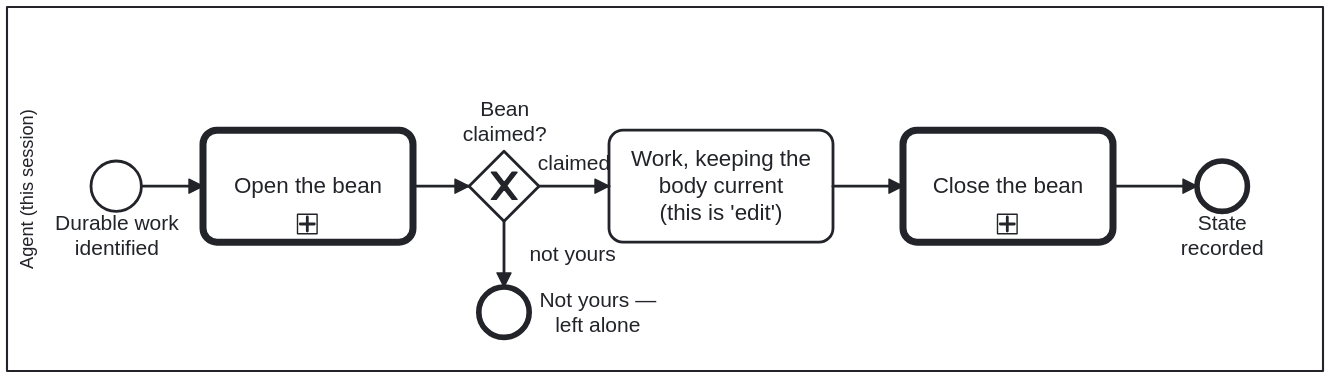
Above: docs/assets/img/workflows/bean-lifecycle.svg in litlfred/cat-harness (BPMN), before the change. Its source is kept beside it as processes/sdlc/bean-lifecycle.bpmn. Ids are renumbered.
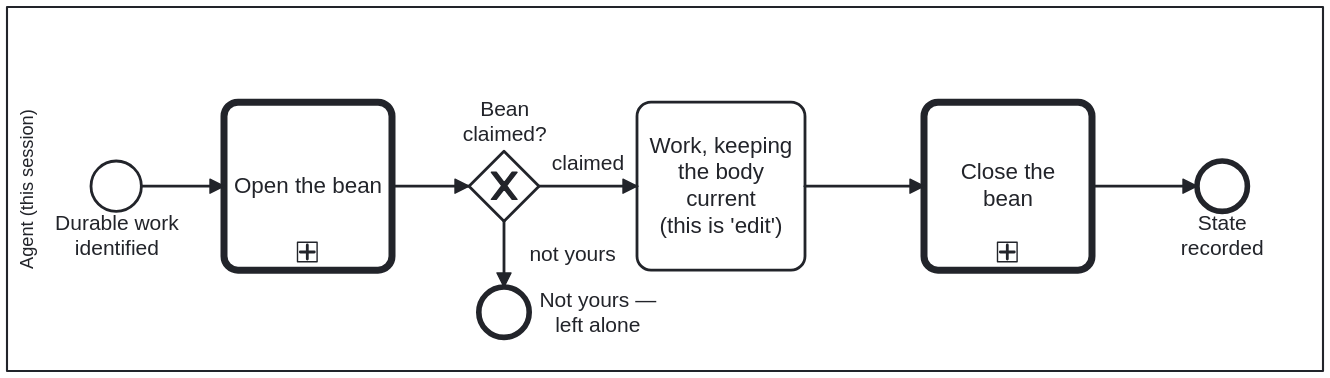
Later version of the same file.

The edit, as a diff of the source:
```diff
@@ -108,28 +108,43 @@
 
   <bpmndi:BPMNDiagram id="BPMNDiagram_BeanLifecycle">
     <bpmndi:BPMNPlane id="BPMNPlane_BeanLifecycle" bpmnElement="Process_BeanLifecycle">
-      <bpmndi:BPMNShape id="Lane_Agent_di" bpmnElement="Lane_Agent" isHorizontal="true"><dc:Bounds x="160" y="80" width="940" height="260"/></bpmndi:BPMNShape>
+      <bpmndi:BPMNShape id="Lane_Agent_di" bpmnElement="Lane_Agent" isHorizontal="true"><dc:Bounds x="160" y="80" width="940" height="260" /></bpmndi:BPMNShape>
 
-      <bpmndi:BPMNShape id="Start_DurableWork_di" bpmnElement="Start_DurableWork"><dc:Bounds x="220" y="190" width="36" height="36"/></bpmndi:BPMNShape>
-      <bpmndi:BPMNShape id="Call_BeanOpen_di" bpmnElement="Call_BeanOpen"><dc:Bounds x="300" y="168" width="150" height="80"/></bpmndi:BPMNShape>
-      <bpmndi:BPMNShape id="GW_Yours_di" bpmnElement="GW_Yours" isMarkerVisible="true"><dc:Bounds x="490" y="183" width="50" height="50"/>
-        <bpmndi:BPMNLabel><dc:Bounds x="470" y="144" width="90" height="35" /></bpmndi:BPMNLabel>
-      </bpmndi:BPMNShape>
-      <bpmndi:BPMNShape id="End_NotYours_di" bpmnElement="End_NotYours"><dc:Bounds x="497" y="280" width="36" height="36"/>
-        <bpmndi:BPMNLabel><dc:Bounds x="537" y="280.5" width="90" height="35" /></bpmndi:BPMNLabel>
-      </bpmndi:BPMNShape>
-      <bpmndi:BPMNShape id="Task_Work_di" bpmnElement="Task_Work"><dc:Bounds x="590" y="168" width="160" height="80"/></bpmndi:BPMNShape>
-      <bpmndi:BPMNShape id="Call_BeanClose_di" bpmnElement="Call_BeanClose"><dc:Bounds x="800" y="168" width="150" height="80"/></bpmndi:BPMNShape>
-      <bpmndi:BPMNShape id="End_Recorded_di" bpmnElement="End_Recorded"><dc:Bounds x="1010" y="190" width="36" height="36"/></bpmndi:BPMNShape>
+      <bpmndi:BPMNShape id="Start_DurableWork_di" bpmnElement="Start_DurableWork"><dc:Bounds x="220" y="190" width="36" height="36" /></bpmndi:BPMNShape>
+      <bpmndi:BPMNShape id="Call_BeanOpen_di" bpmnElement="Call_BeanOpen"><dc:Bounds x="315" y="148" width="120" height="120" /></bpmndi:BPMNShape>
+      <bpmndi:BPMNShape id="GW_Yours_di" bpmnElement="GW_Yours" isMarkerVisible="true"><dc:Bounds x="490" y="183" width="50" height="50" />
 
-      <bpmndi:BPMNEdge id="BF_1_di" bpmnElement="BF_1"><di:waypoint x="256" y="208"/><di:waypoint x="300" y="208"/></bpmndi:BPMNEdge>
-      <bpmndi:BPMNEdge id="BF_2_di" bpmnElement="BF_2"><di:waypoint x="450" y="208"/><di:waypoint x="490" y="208"/></bpmndi:BPMNEdge>
+      <bpmndi:BPMNLabel><dc:Bounds x="470" y="144" width="90" height="35" /></bpmndi:BPMNLabel></bpmndi:BPMNShape>
+      <bpmndi:BPMNShape id="End_NotYours_di" bpmnElement="End_NotYours"><dc:Bounds x="497" y="280" width="36" height="36" />
+
+      <bpmndi:BPMNLabel><dc:Bounds x="537" y="280.5" width="90" height="35" /></bpmndi:BPMNLabel></bpmndi:BPMNShape>
+      <bpmndi:BPMNShape id="Task_Work_di" bpmnElement="Task_Work"><dc:Bounds x="610" y="148" width="120" height="120" /></bpmndi:BPMNShape>
+      <bpmndi:BPMNShape id="Call_BeanClose_di" bpmnElement="Call_BeanClose"><dc:Bounds x="815" y="148" width="120" height="120" /></bpmndi:BPMNShape>
+      <bpmndi:BPMNShape id="End_Recorded_di" bpmnElement="End_Recorded"><dc:Bounds x="1010" y="190" width="36" height="36" /></bpmndi:BPMNShape>
+
+      <bpmndi:BPMNEdge id="BF_1_di" bpmnElement="BF_1">
+        <di:waypoint x="256" y="208" />
+        <di:waypoint x="315" y="208" />
+      </bpmndi:BPMNEdge>
+      <bpmndi:BPMNEdge id="BF_2_di" bpmnElement="BF_2">
+        <di:waypoint x="435" y="208" />
+        <di:waypoint x="490" y="208" />
+      </bpmndi:BPMNEdge>
       <bpmndi:BPMNEdge id="BF_3_di" bpmnElement="BF_3"><di:waypoint x="515" y="233"/><di:waypoint x="515" y="280"/>
         <bpmndi:BPMNLabel><dc:Bounds x="519" y="247.5" width="90" height="18" /></bpmndi:BPMNLabel>
       </bpmndi:BPMNEdge>
-      <bpmndi:BPMNEdge id="BF_4_di" bpmnElement="BF_4"><di:waypoint x="540" y="208"/><di:waypoint x="590" y="208"/></bpmndi:BPMNEdge>
-      <bpmndi:BPMNEdge id="BF_5_di" bpmnElement="BF_5"><di:waypoint x="750" y="208"/><di:waypoint x="800" y="208"/></bpmndi:BPMNEdge>
-      <bpmndi:BPMNEdge id="BF_6_di" bpmnElement="BF_6"><di:waypoint x="950" y="208"/><di:waypoint x="1010" y="208"/></bpmndi:BPMNEdge>
+      <bpmndi:BPMNEdge id="BF_4_di" bpmnElement="BF_4">
+        <di:waypoint x="540" y="208" />
+        <di:waypoint x="610" y="208" />
+      </bpmndi:BPMNEdge>
+      <bpmndi:BPMNEdge id="BF_5_di" bpmnElement="BF_5">
+        <di:waypoint x="730" y="208" />
+        <di:waypoint x="815" y="208" />
+      </bpmndi:BPMNEdge>
+      <bpmndi:BPMNEdge id="BF_6_di" bpmnElement="BF_6">
+        <di:waypoint x="935" y="208" />
+        <di:waypoint x="1010" y="208" />
+      </bpmndi:BPMNEdge>
     </bpmndi:BPMNPlane>
   </bpmndi:BPMNDiagram>
 </bpmn:definitions>
```
